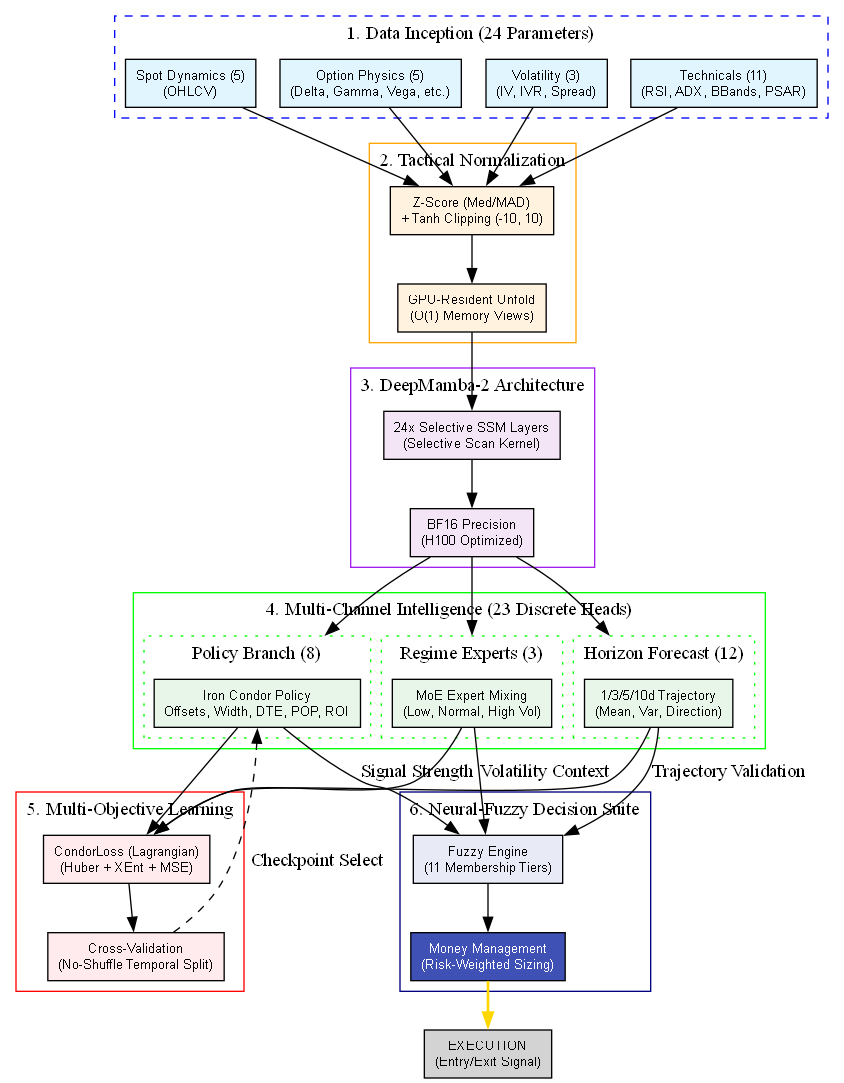
trextrader/spy-iron-condor-trading keeps this Graphviz diagram as docs/architecture/condor_intelligence_flow.png. Above is the earlier version. Its source is kept beside it as docs/architecture/condor_intelligence_flow.dot. The source it was exported from:
```dot
digraph CondorIntelligence {
    rankdir=TB;
    node [shape=box, style=filled, fontname="Helvetica", fontsize=10];
    compound=true;

    subgraph cluster_input {
        label = "1. Data Inception (24 Parameters)";
        style = dashed;
        color = blue;
        input_spot [label="Spot Dynamics (5)\n(OHLCV)", fillcolor="#e1f5fe"];
        input_greeks [label="Option Physics (5)\n(Delta, Gamma, Vega, etc.)", fillcolor="#e1f5fe"];
        input_vol [label="Volatility (3)\n(IV, IVR, Spread)", fillcolor="#e1f5fe"];
        input_tech [label="Technicals (11)\n(RSI, ADX, BBands, PSAR)", fillcolor="#e1f5fe"];
    }

    subgraph cluster_preprocess {
        label = "2. Tactical Normalization";
        color = orange;
        norm [label="Z-Score (Med/MAD)\n+ Tanh Clipping (-10, 10)", fillcolor="#fff3e0"];
        gpu_unfold [label="GPU-Resident Unfold\n(O(1) Memory Views)", fillcolor="#fff3e0"];
    }

    subgraph cluster_backbone {
        label = "3. DeepMamba-2 Architecture";
        color = purple;
        mamba_layers [label="24x Selective SSM Layers\n(Selective Scan Kernel)", fillcolor="#f3e5f5"];
        bf16 [label="BF16 Precision\n(H100 Optimized)", fillcolor="#f3e5f5"];
    }

    subgraph cluster_heads {
        label = "4. Multi-Channel Intelligence (23 Discrete Heads)";
        color = green;

        subgraph cluster_policy {
            label = "Policy Branch (8)";
            style = dotted;
            head_ic [label="Iron Condor Policy\nOffsets, Width, DTE, POP, ROI", fillcolor="#e8f5e9"];
        }

        subgraph cluster_regime {
            label = "Regime Experts (3)";
            style = dotted;
            head_moe [label="MoE Expert Mixing\n(Low, Normal, High Vol)", fillcolor="#e8f5e9"];
        }

        subgraph cluster_horizon {
            label = "Horizon Forecast (12)";
            style = dotted;
            head_price [label="1/3/5/10d Trajectory\n(Mean, Var, Direction)", fillcolor="#e8f5e9"];
        }
    }

    subgraph cluster_training {
        label = "5. Multi-Objective Learning";
        color = red;
        loss [label="CondorLoss (Lagrangian)\n(Huber + XEnt + MSE)", fillcolor="#ffebee"];
        val [label="Cross-Validation\n(No-Shuffle Temporal Split)", fillcolor="#ffebee"];
    }

    subgraph cluster_logic {
        label = "6. Neural-Fuzzy Decision Suite";
        color = navy;
        fuzzy [label="Fuzzy Engine\n(11 Membership Tiers)", fillcolor="#e8eaf6", fontcolor=black];
        money [label="Money Management\n(Risk-Weighted Sizing)", fillcolor="#3f51b5", fontcolor=white];
    }

    input_spot -> norm;
    input_greeks -> norm;
    input_vol -> norm;
    input_tech -> norm;

    norm -> gpu_unfold;
    gpu_unfold -> mamba_layers;
    mamba_layers -> bf16;

    bf16 -> head_ic [lhead=cluster_policy];
    bf16 -> head_moe [lhead=cluster_regime];
    bf16 -> head_price [lhead=cluster_horizon];

    head_ic -> loss;
    head_moe -> loss;
    head_price -> loss;

    loss -> val;
    val -> head_ic [label="Checkpoint Select", style=dashed];

    head_ic -> fuzzy [label="Signal Strength"];
    head_moe -> fuzzy [label="Volatility Context"];
    head_price -> fuzzy [label="Trajectory Validation"];

    fuzzy -> money;
    money -> "EXECUTION\n(Entry/Exit Signal)" [color=gold, penwidth=2];
}
```
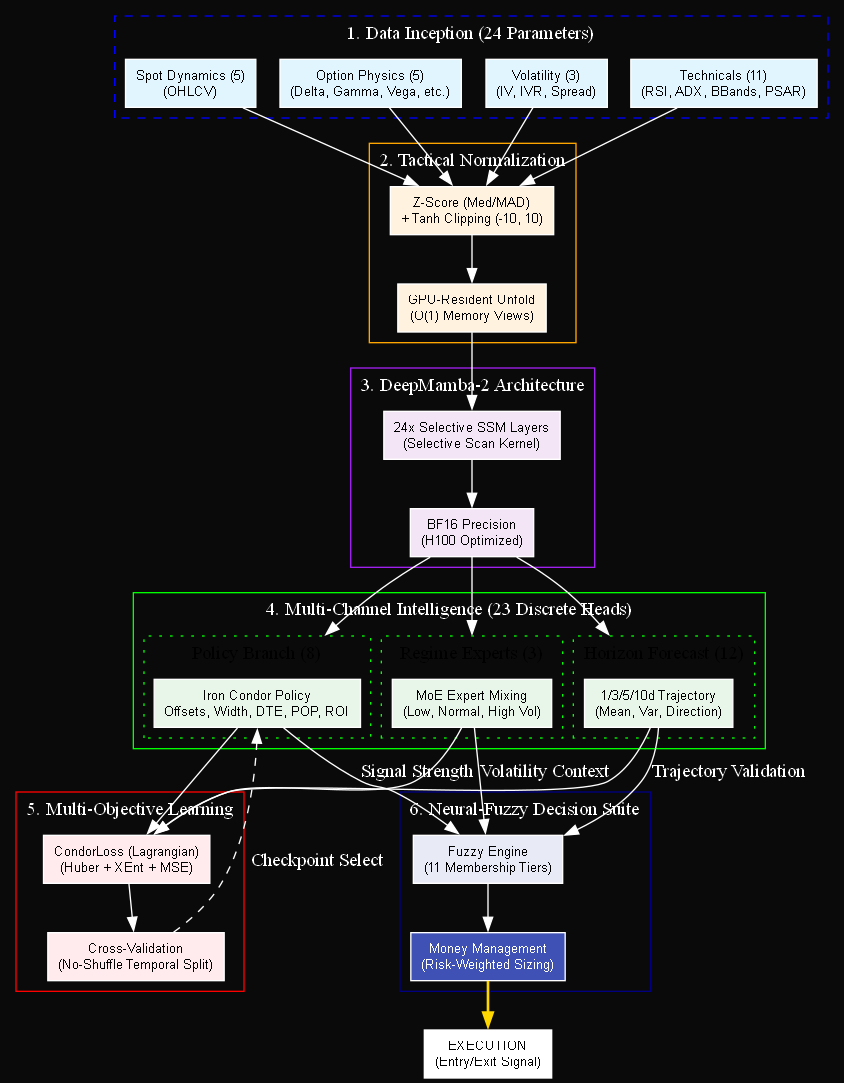
The same diagram one commit later.

Change to the diagram source:
```diff
@@ -1,10 +1,14 @@
 digraph CondorIntelligence {
     rankdir=TB;
-    node [shape=box, style=filled, fontname="Helvetica", fontsize=10];
+    bgcolor="#0a0a0a";
+    node [shape=box, style=filled, fontname="Helvetica", fontsize=10, color="white", fontcolor="black"];
+    edge [color="white", fontcolor="white"];
     compound=true;
+    fontcolor="white";
 
     subgraph cluster_input {
         label = "1. Data Inception (24 Parameters)";
+        fontcolor="white";
         style = dashed;
         color = blue;
         input_spot [label="Spot Dynamics (5)\n(OHLCV)", fillcolor="#e1f5fe"];
@@ -15,6 +19,7 @@
 
     subgraph cluster_preprocess {
         label = "2. Tactical Normalization";
+        fontcolor="white";
         color = orange;
         norm [label="Z-Score (Med/MAD)\n+ Tanh Clipping (-10, 10)", fillcolor="#fff3e0"];
         gpu_unfold [label="GPU-Resident Unfold\n(O(1) Memory Views)", fillcolor="#fff3e0"];
@@ -22,6 +27,7 @@
 
     subgraph cluster_backbone {
         label = "3. DeepMamba-2 Architecture";
+        fontcolor="white";
         color = purple;
         mamba_layers [label="24x Selective SSM Layers\n(Selective Scan Kernel)", fillcolor="#f3e5f5"];
         bf16 [label="BF16 Precision\n(H100 Optimized)", fillcolor="#f3e5f5"];
@@ -29,22 +35,26 @@
 
     subgraph cluster_heads {
         label = "4. Multi-Channel Intelligence (23 Discrete Heads)";
+        fontcolor="white";
         color = green;
 
         subgraph cluster_policy {
             label = "Policy Branch (8)";
+            fontcolor="black";
             style = dotted;
             head_ic [label="Iron Condor Policy\nOffsets, Width, DTE, POP, ROI", fillcolor="#e8f5e9"];
         }
 
         subgraph cluster_regime {
             label = "Regime Experts (3)";
+            fontcolor="black";
             style = dotted;
             head_moe [label="MoE Expert Mixing\n(Low, Normal, High Vol)", fillcolor="#e8f5e9"];
         }
 
         subgraph cluster_horizon {
             label = "Horizon Forecast (12)";
+            fontcolor="black";
             style = dotted;
             head_price [label="1/3/5/10d Trajectory\n(Mean, Var, Direction)", fillcolor="#e8f5e9"];
         }
@@ -52,6 +62,7 @@
 
     subgraph cluster_training {
         label = "5. Multi-Objective Learning";
+        fontcolor="white";
         color = red;
         loss [label="CondorLoss (Lagrangian)\n(Huber + XEnt + MSE)", fillcolor="#ffebee"];
         val [label="Cross-Validation\n(No-Shuffle Temporal Split)", fillcolor="#ffebee"];
@@ -59,6 +70,7 @@
 
     subgraph cluster_logic {
         label = "6. Neural-Fuzzy Decision Suite";
+        fontcolor="white";
         color = navy;
         fuzzy [label="Fuzzy Engine\n(11 Membership Tiers)", fillcolor="#e8eaf6", fontcolor=black];
         money [label="Money Management\n(Risk-Weighted Sizing)", fillcolor="#3f51b5", fontcolor=white];
```
